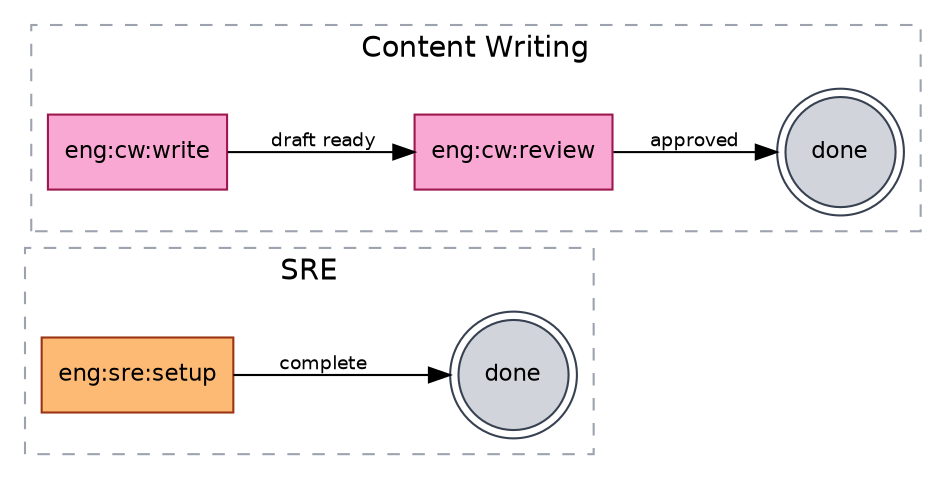
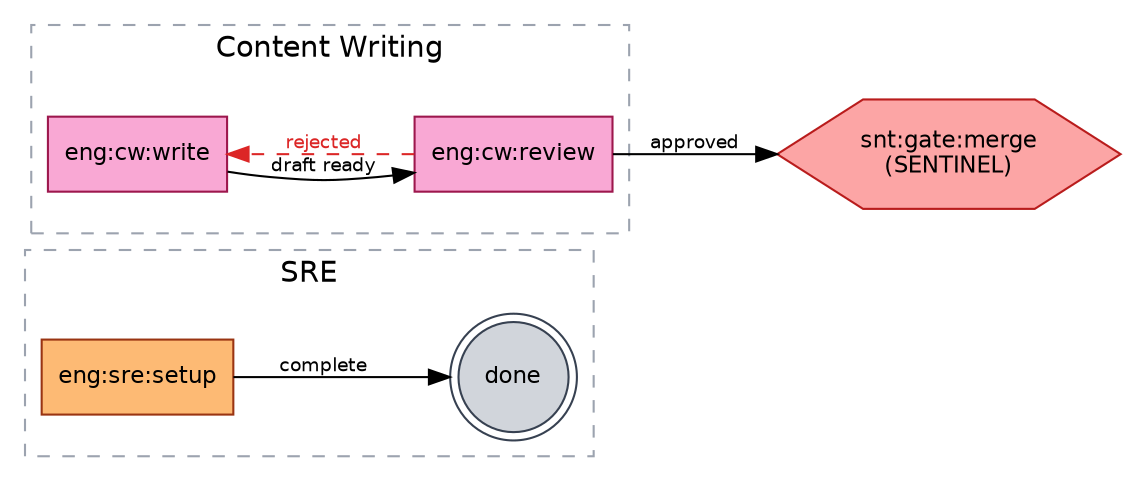
// Specialist workflow state machines (SRE + Content Writing)
// These are internal sub-workflows — not board-visible statuses.
// Statuses: eng:sre:setup, eng:cw:write, eng:cw:review

digraph specialist {
    rankdir=LR;
    graph [fontname="Helvetica", bgcolor="transparent"];
    node [fontname="Helvetica", style="filled", fontsize=11];
    edge [fontname="Helvetica", fontsize=9];

    // --- SRE subgraph ---
    subgraph cluster_sre {
        label="SRE";
        style="dashed";
        color="#9CA3AF";
        fontname="Helvetica";

        // SRE (orange)
        node [fillcolor="#FDBA74", color="#9A3412", shape=box];
        "eng:sre:setup";

        // Terminal (done — SRE)
        node [fillcolor="#D1D5DB", color="#374151", shape=doublecircle];
        "done (sre)" [label="done"];
    }

    // --- Content Writing subgraph ---
    subgraph cluster_cw {
        label="Content Writing";
        style="dashed";
        color="#9CA3AF";
        fontname="Helvetica";

        // CW (pink)
        node [fillcolor="#F9A8D4", color="#9D174D", shape=box];
        "eng:cw:write";
        "eng:cw:review";
+     }

-         // Terminal (done — CW)
-         node [fillcolor="#D1D5DB", color="#374151", shape=doublecircle];
-         "done (cw)" [label="done"];
-     }
+     // Sentinel (red — merge gate, shared with story workflow)
+     node [fillcolor="#FCA5A5", color="#B91C1C", shape=hexagon];
+     "snt:gate:merge" [label="snt:gate:merge\n(SENTINEL)"];

    // --- SRE transitions ---
    "eng:sre:setup" -> "done (sre)" [label="complete"];

    // --- CW transitions ---
    "eng:cw:write" -> "eng:cw:review" [label="draft ready"];
-     "eng:cw:review" -> "done (cw)" [label="approved"];
+     "eng:cw:review" -> "snt:gate:merge" [label="approved"];
+     "eng:cw:review" -> "eng:cw:write" [label="rejected", style=dashed, color="#DC2626", fontcolor="#DC2626"];
}
